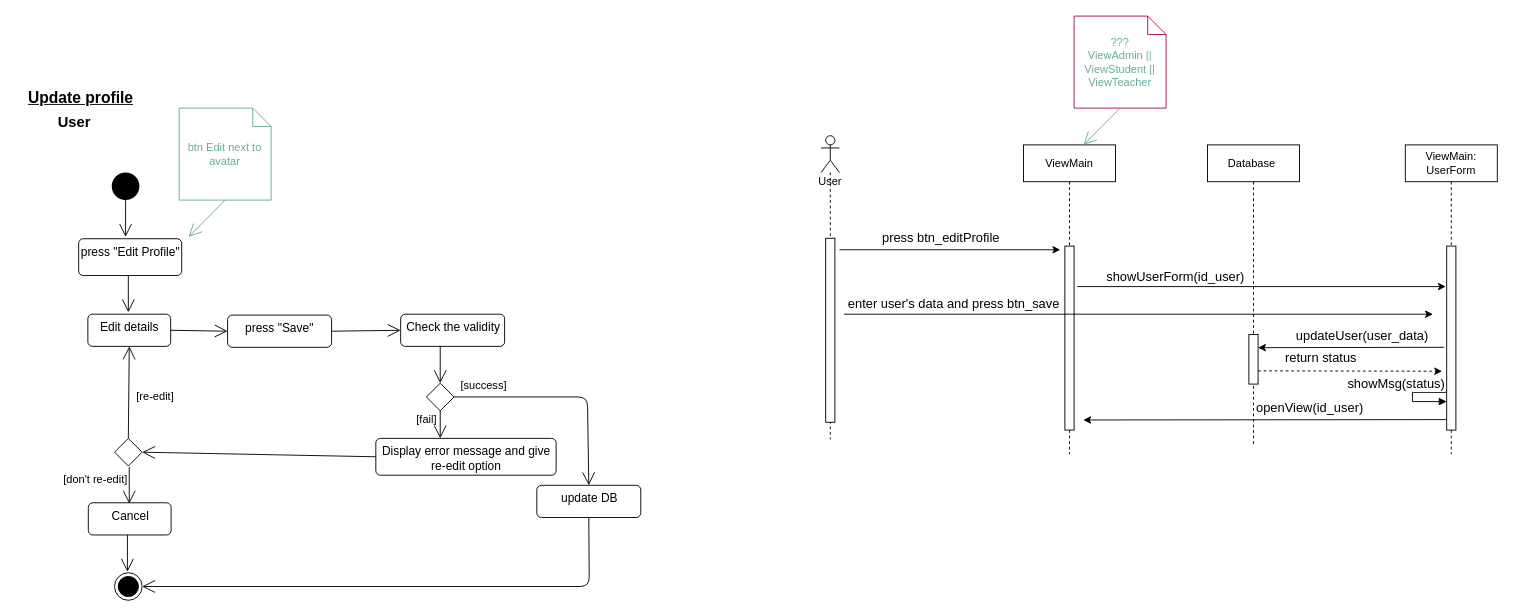
Before: page "update user" (7 of 8) of activity_diagram.drawio in alsousha/projectFinish, a draw.io diagram. Source tidied: cells renumbered, new cells numbered last; positions are measured from the earlier drawing's top-left corner, leaving out a move shared by most shapes. Both pictures are drawn from the tidied source at 92%, with x=0, y=0 at pixel (16, 16).
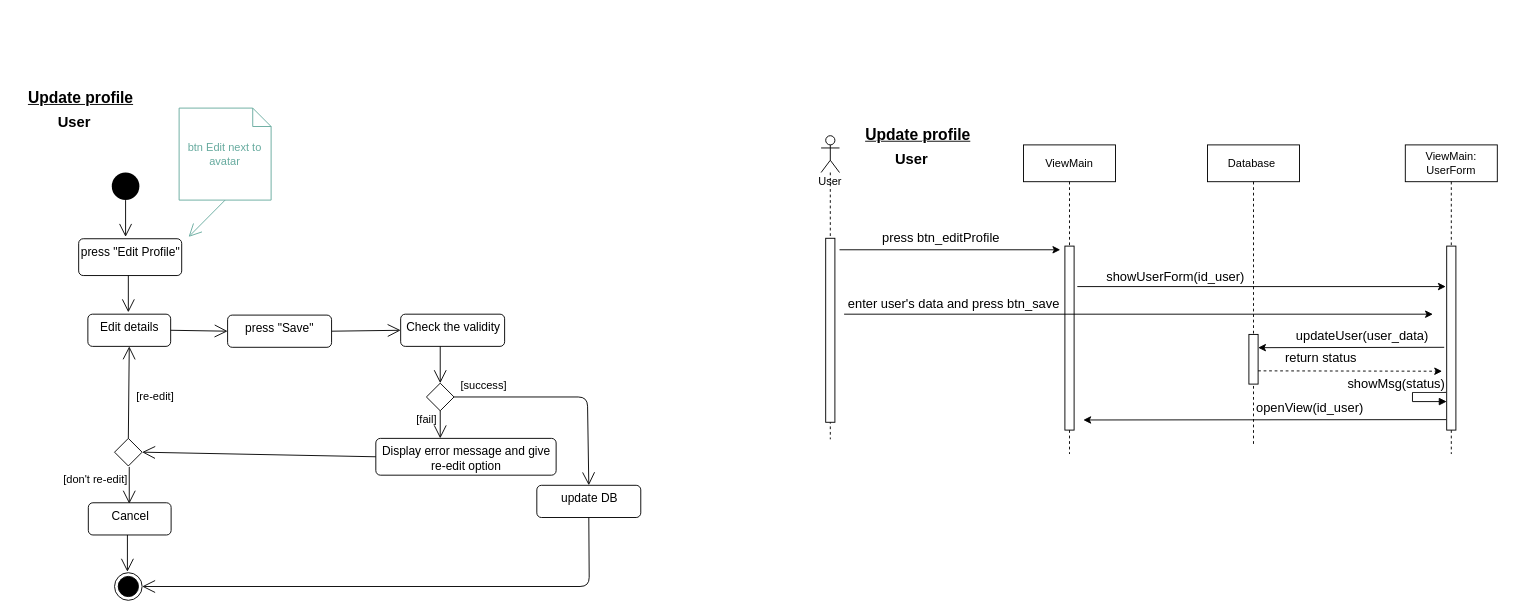
After the change.

The edit, as a diff of the source:
```diff
@@
-    <mxCell id="55" value="&lt;font color=&quot;#67ab9f&quot;&gt;???&lt;br&gt;ViewAdmin ||&lt;br&gt;ViewStudent ||&lt;br&gt;ViewTeacher&lt;br&gt;&lt;/font&gt;" style="shape=note;size=20;whiteSpace=wrap;html=1;strokeColor=#AB0E47;" parent="1" vertex="1">
-      <mxGeometry x="1150" width="100" height="100" as="geometry" />
-    </mxCell>
-    <mxCell id="56" style="endArrow=open;endFill=1;endSize=12;html=1;fontSize=17;exitX=0.5;exitY=1;exitDx=0;exitDy=0;entryX=0.75;entryY=0;entryDx=0;entryDy=0;exitPerimeter=0;strokeColor=#67AB9F;" parent="1" edge="1" source="55">
-      <mxGeometry relative="1" as="geometry">
-        <mxPoint x="1160.2" y="140" as="targetPoint" />
-      </mxGeometry>
-    </mxCell>
+    <mxCell id="57" value="Update profile" style="text;html=1;align=center;verticalAlign=middle;fontSize=17;fontStyle=5;" parent="1" vertex="1">
+      <mxGeometry x="910" y="115" width="140" height="30" as="geometry" />
+    </mxCell>
+    <mxCell id="58" value="User" style="text;html=1;align=center;verticalAlign=middle;fontSize=16;fontStyle=1;" parent="1" vertex="1">
+      <mxGeometry x="942.5" y="140" width="60" height="30" as="geometry" />
+    </mxCell>
```
